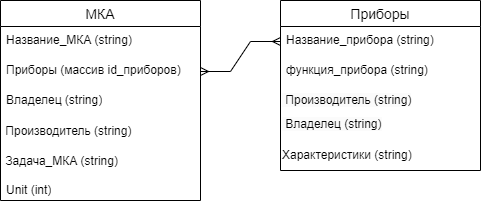
Above: структура БД (ПРАВКИ).png in ReallyDeadGorillaz/WorkingDrafts (draw.io), before the change. Source tidied: cells renumbered, new cells last; positions are measured from the earlier drawing's top-left corner, leaving out a move shared by most shapes.
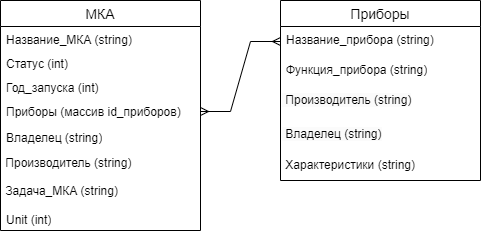
Above is the later version.

Diff of the diagram source:
```diff
@@ -3,43 +3,49 @@
     <mxCell id="0" />
     <mxCell id="1" parent="0" />
     <mxCell id="2" value="МКА" style="swimlane;fontStyle=0;horizontal=1;startSize=26;align=center;fontSize=14;" parent="1" vertex="1">
-      <mxGeometry width="200" height="200" as="geometry" />
+      <mxGeometry width="200" height="230" as="geometry" />
     </mxCell>
     <mxCell id="3" value="Название_МКА (string)" style="text;strokeColor=none;fillColor=none;spacingLeft=4;spacingRight=4;overflow=hidden;fontSize=12;whiteSpace=wrap;html=1;" parent="2" vertex="1">
-      <mxGeometry y="26" width="200" height="30" as="geometry" />
+      <mxGeometry y="26" width="200" height="24" as="geometry" />
     </mxCell>
+    <mxCell id="16" value="Статус (int)" style="text;strokeColor=none;fillColor=none;spacingLeft=4;spacingRight=4;overflow=hidden;fontSize=12;whiteSpace=wrap;html=1;" parent="2" vertex="1">
+      <mxGeometry y="50" width="200" height="24" as="geometry" />
+    </mxCell>
+    <mxCell id="17" value="Год_запуска (int)" style="text;strokeColor=none;fillColor=none;spacingLeft=4;spacingRight=4;overflow=hidden;fontSize=12;whiteSpace=wrap;html=1;" parent="2" vertex="1">
+      <mxGeometry y="74" width="200" height="24" as="geometry" />
+    </mxCell>
     <mxCell id="4" value="Приборы (массив id_приборов)" style="text;strokeColor=none;fillColor=none;spacingLeft=4;spacingRight=4;overflow=hidden;points=[[0,0.5],[1,0.5]];portConstraint=eastwest;fontSize=12;whiteSpace=wrap;html=1;" parent="2" vertex="1">
-      <mxGeometry y="56" width="200" height="30" as="geometry" />
+      <mxGeometry y="98" width="200" height="26" as="geometry" />
     </mxCell>
     <mxCell id="5" value="Владелец (string)&lt;br&gt;&lt;br&gt;" style="text;strokeColor=none;fillColor=none;spacingLeft=4;spacingRight=4;overflow=hidden;fontSize=12;whiteSpace=wrap;html=1;" parent="2" vertex="1">
-      <mxGeometry y="86" width="200" height="30" as="geometry" />
+      <mxGeometry y="124" width="200" height="26" as="geometry" />
     </mxCell>
     <mxCell id="6" value="&amp;nbsp;Производитель (string)" style="text;html=1;strokeColor=none;fillColor=none;align=left;verticalAlign=middle;whiteSpace=wrap;rounded=0;" parent="2" vertex="1">
-      <mxGeometry y="116" width="200" height="30" as="geometry" />
+      <mxGeometry y="150" width="200" height="26" as="geometry" />
     </mxCell>
     <mxCell id="7" value="&amp;nbsp;Задача_МКА (string)" style="text;html=1;strokeColor=none;fillColor=none;align=left;verticalAlign=middle;whiteSpace=wrap;rounded=0;" parent="2" vertex="1">
-      <mxGeometry y="146" width="200" height="30" as="geometry" />
+      <mxGeometry y="176" width="200" height="30" as="geometry" />
     </mxCell>
     <mxCell id="8" value="Unit (int)" style="text;strokeColor=none;fillColor=none;spacingLeft=4;spacingRight=4;overflow=hidden;fontSize=12;whiteSpace=wrap;html=1;" parent="2" vertex="1">
-      <mxGeometry y="176" width="200" height="24" as="geometry" />
+      <mxGeometry y="206" width="200" height="24" as="geometry" />
     </mxCell>
     <mxCell id="9" value="Приборы" style="swimlane;fontStyle=0;horizontal=1;startSize=26;align=center;fontSize=14;" parent="1" vertex="1">
-      <mxGeometry x="280" width="200" height="170" as="geometry" />
+      <mxGeometry x="280" width="200" height="180" as="geometry" />
     </mxCell>
     <mxCell id="10" value="Название_прибора (string)" style="text;strokeColor=none;fillColor=none;spacingLeft=4;spacingRight=4;overflow=hidden;fontSize=12;whiteSpace=wrap;html=1;" parent="9" vertex="1">
       <mxGeometry y="26" width="200" height="30" as="geometry" />
     </mxCell>
-    <mxCell id="11" value="функция_прибора (string)" style="text;strokeColor=none;fillColor=none;spacingLeft=4;spacingRight=4;overflow=hidden;fontSize=12;whiteSpace=wrap;html=1;" parent="9" vertex="1">
+    <mxCell id="11" value="Функция_прибора (string)" style="text;strokeColor=none;fillColor=none;spacingLeft=4;spacingRight=4;overflow=hidden;fontSize=12;whiteSpace=wrap;html=1;" parent="9" vertex="1">
       <mxGeometry y="56" width="200" height="30" as="geometry" />
     </mxCell>
     <mxCell id="12" value="&lt;span style=&quot;color: rgb(0, 0, 0); font-family: Helvetica; font-size: 12px; font-style: normal; font-variant-ligatures: normal; font-variant-caps: normal; font-weight: 400; letter-spacing: normal; orphans: 2; text-align: left; text-indent: 0px; text-transform: none; widows: 2; word-spacing: 0px; -webkit-text-stroke-width: 0px; background-color: rgb(251, 251, 251); text-decoration-thickness: initial; text-decoration-style: initial; text-decoration-color: initial; float: none; display: inline !important;&quot;&gt;&amp;nbsp;Производитель (string)&lt;/span&gt;" style="text;whiteSpace=wrap;html=1;" parent="9" vertex="1">
-      <mxGeometry y="86" width="200" height="24" as="geometry" />
+      <mxGeometry y="86" width="200" height="34" as="geometry" />
     </mxCell>
     <mxCell id="13" value="&lt;span style=&quot;color: rgb(0, 0, 0); font-family: Helvetica; font-size: 12px; font-style: normal; font-variant-ligatures: normal; font-variant-caps: normal; font-weight: 400; letter-spacing: normal; orphans: 2; text-align: left; text-indent: 0px; text-transform: none; widows: 2; word-spacing: 0px; -webkit-text-stroke-width: 0px; background-color: rgb(251, 251, 251); text-decoration-thickness: initial; text-decoration-style: initial; text-decoration-color: initial; float: none; display: inline !important;&quot;&gt;&amp;nbsp;Владелец (string)&lt;/span&gt;" style="text;whiteSpace=wrap;html=1;" parent="9" vertex="1">
-      <mxGeometry y="110" width="200" height="30" as="geometry" />
+      <mxGeometry y="120" width="200" height="30" as="geometry" />
     </mxCell>
-    <mxCell id="14" value="Характеристики (string)" style="text;html=1;strokeColor=none;fillColor=none;align=left;verticalAlign=middle;whiteSpace=wrap;rounded=0;" parent="9" vertex="1">
-      <mxGeometry y="140" width="200" height="30" as="geometry" />
+    <mxCell id="14" value="&amp;nbsp;Характеристики (string)" style="text;html=1;strokeColor=none;fillColor=none;align=left;verticalAlign=middle;whiteSpace=wrap;rounded=0;" parent="9" vertex="1">
+      <mxGeometry y="150" width="200" height="30" as="geometry" />
     </mxCell>
     <mxCell id="15" style="edgeStyle=entityRelationEdgeStyle;fontSize=12;html=1;endArrow=ERmany;startArrow=ERmany;rounded=0;exitX=1;exitY=0.5;exitDx=0;exitDy=0;entryX=0;entryY=0.5;entryDx=0;entryDy=0;" parent="1" edge="1" source="4">
       <mxGeometry relative="1" as="geometry">
```
